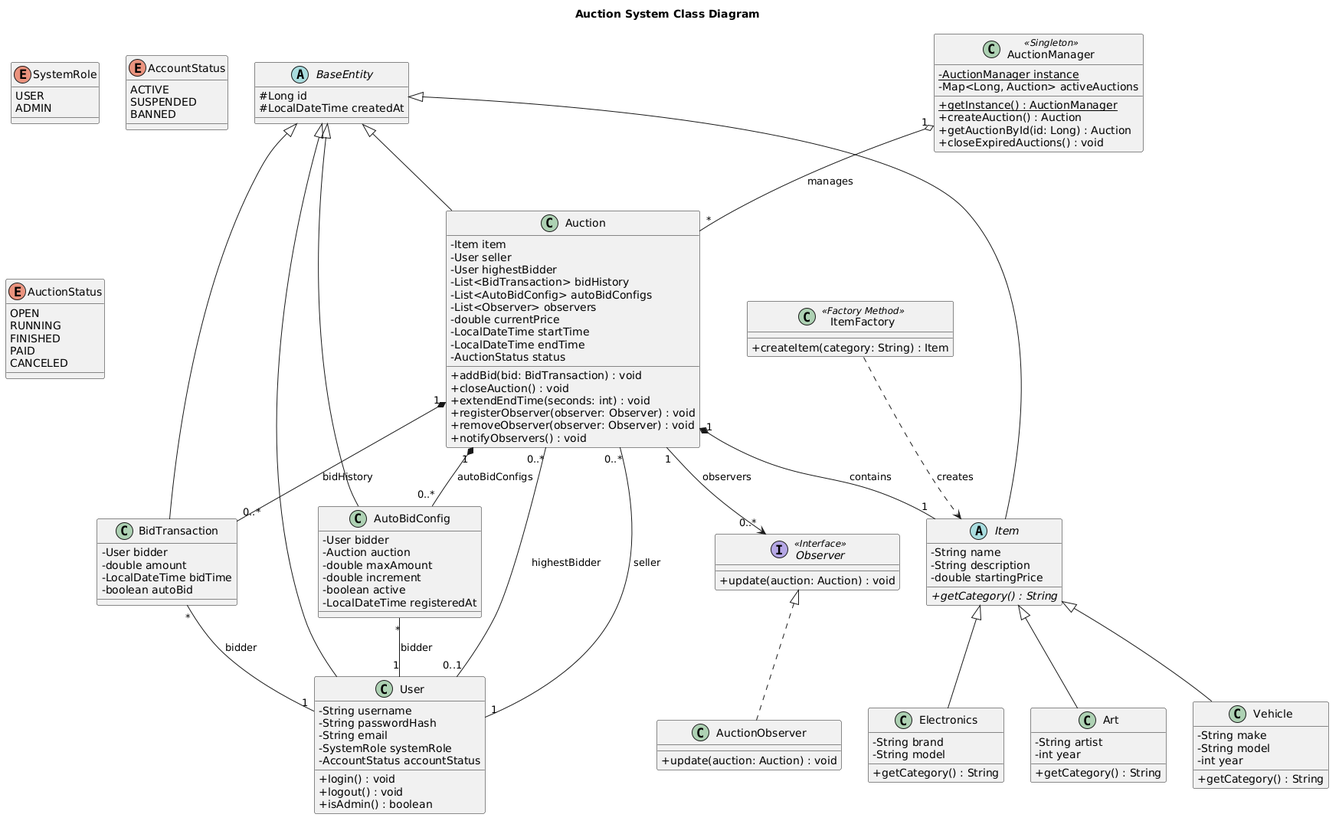
The PlantUML diagram diagram/diagram.png in Nhom-khong-on-lam/Baitaplon_LTNC, before a commit. Source of this version:
```plantuml
@startuml
title Auction System Class Diagram
skinparam classAttributeIconSize 0

enum SystemRole {
    USER
    ADMIN
}

enum AccountStatus {
    ACTIVE
    SUSPENDED
    BANNED
}

enum AuctionStatus {
    OPEN
    RUNNING
    FINISHED
    PAID
    CANCELED
}

abstract class BaseEntity {
    # Long id
    # LocalDateTime createdAt
}

class User {
    - String username
    - String passwordHash
    - String email
    - SystemRole systemRole
    - AccountStatus accountStatus
    + login() : void
    + logout() : void
    + isAdmin() : boolean
}

class Auction {
    - Item item
    - User seller
    - User highestBidder
    - List<BidTransaction> bidHistory
    - List<AutoBidConfig> autoBidConfigs
    - List<Observer> observers
    - double currentPrice
    - LocalDateTime startTime
    - LocalDateTime endTime
    - AuctionStatus status
    + addBid(bid: BidTransaction) : void
    + closeAuction() : void
    + extendEndTime(seconds: int) : void
    + registerObserver(observer: Observer) : void
    + removeObserver(observer: Observer) : void
    + notifyObservers() : void
}

abstract class Item {
    - String name
    - String description
    - double startingPrice
    + {abstract} getCategory() : String
}

class Electronics {
    - String brand
    - String model
    + getCategory() : String
}

class Art {
    - String artist
    - int year
    + getCategory() : String
}

class Vehicle {
    - String make
    - String model
    - int year
    + getCategory() : String
}

class BidTransaction {
    - User bidder
    - double amount
    - LocalDateTime bidTime
    - boolean autoBid
}

class AutoBidConfig {
    - User bidder
    - Auction auction
    - double maxAmount
    - double increment
    - boolean active
    - LocalDateTime registeredAt
}

class AuctionManager <<Singleton>> {
    - {static} AuctionManager instance
    - Map<Long, Auction> activeAuctions
    + {static} getInstance() : AuctionManager
    + createAuction() : Auction
    + getAuctionById(id: Long) : Auction
    + closeExpiredAuctions() : void
}

interface Observer <<Interface>> {
    + update(auction: Auction) : void
}

class AuctionObserver {
    + update(auction: Auction) : void
}

class ItemFactory <<Factory Method>> {
    + createItem(category: String) : Item
}

BaseEntity <|-- User
BaseEntity <|-- Auction
BaseEntity <|-- Item
BaseEntity <|-- BidTransaction
BaseEntity <|-- AutoBidConfig

Item <|-- Electronics
Item <|-- Art
Item <|-- Vehicle

AuctionManager "1" o-- "*" Auction : manages
Auction "1" *-- "1" Item : contains
Auction "1" *-- "0..*" BidTransaction : bidHistory
Auction "1" *-- "0..*" AutoBidConfig : autoBidConfigs
Auction "1" --> "0..*" Observer : observers
Observer <|.. AuctionObserver

Auction "0..*" -- "1" User : seller
Auction "0..*" -- "0..1" User : highestBidder
BidTransaction "*" -- "1" User : bidder
AutoBidConfig "*" -- "1" User : bidder

ItemFactory ..> Item : creates
@enduml
```
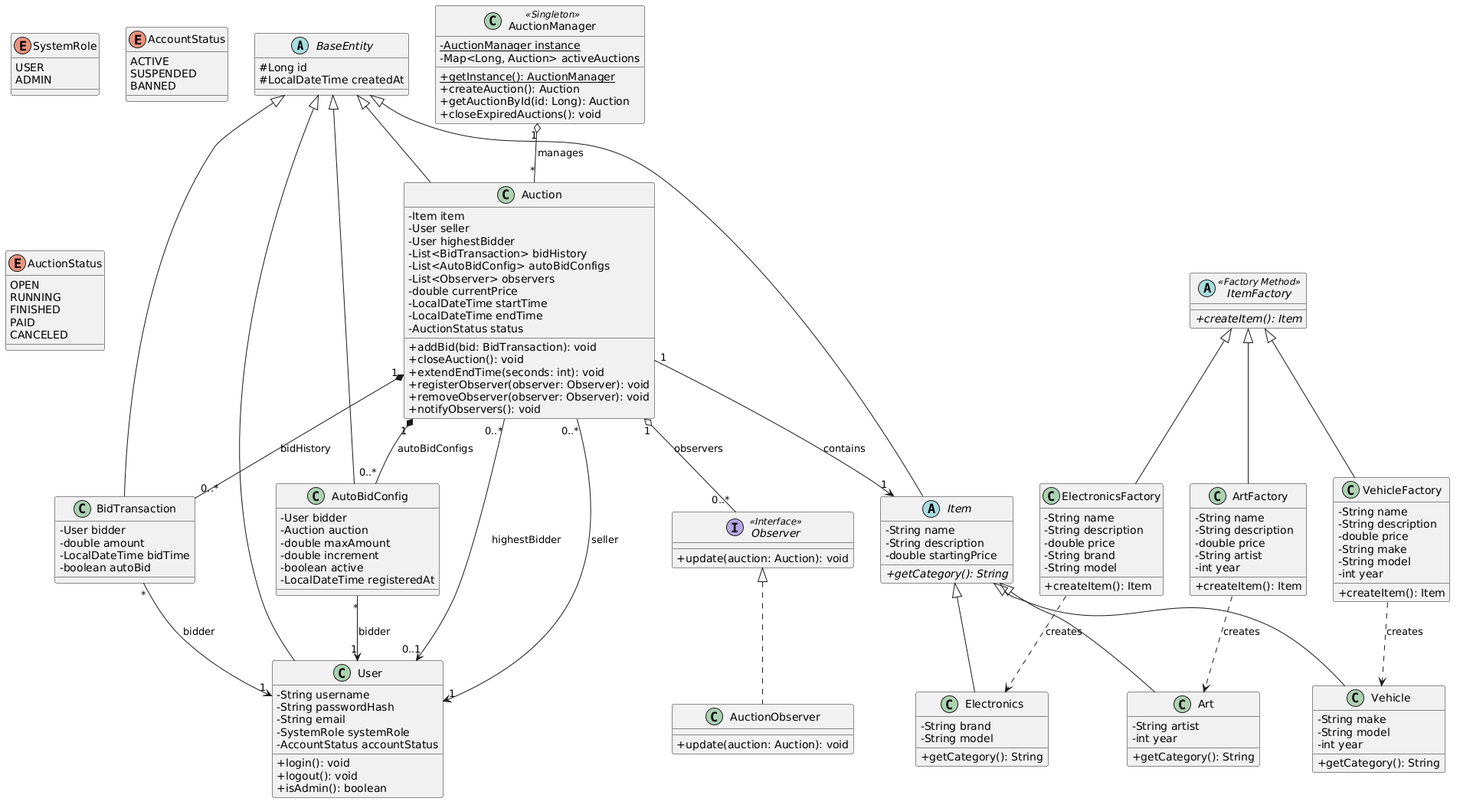
The same diagram one commit later.

Diff of the diagram source:
```diff
@@ -1,6 +1,12 @@
 @startuml
-title Auction System Class Diagram
 skinparam classAttributeIconSize 0
+skinparam monochrome false
+skinparam shadowing false
+
+abstract class BaseEntity {
+    # Long id
+    # LocalDateTime createdAt
+}
 
 enum SystemRole {
     USER
@@ -21,23 +27,52 @@
     CANCELED
 }
 
-abstract class BaseEntity {
-    # Long id
-    # LocalDateTime createdAt
-}
-
-class User {
+class User extends BaseEntity {
     - String username
     - String passwordHash
     - String email
     - SystemRole systemRole
     - AccountStatus accountStatus
-    + login() : void
-    + logout() : void
-    + isAdmin() : boolean
+    + login(): void
+    + logout(): void
+    + isAdmin(): boolean
 }
 
-class Auction {
+abstract class Item extends BaseEntity {
+    - String name
+    - String description
+    - double startingPrice
+    + {abstract} getCategory(): String
+}
+
+class Electronics extends Item {
+    - String brand
+    - String model
+    + getCategory(): String
+}
+
+class Art extends Item {
+    - String artist
+    - int year
+    + getCategory(): String
+}
+
+class Vehicle extends Item {
+    - String make
+    - String model
+    - int year
+    + getCategory(): String
+}
+
+interface Observer <<Interface>> {
+    + update(auction: Auction): void
+}
+
+class AuctionObserver implements Observer {
+    + update(auction: Auction): void
+}
+
+class Auction extends BaseEntity {
     - Item item
     - User seller
     - User highestBidder
@@ -48,48 +83,22 @@
     - LocalDateTime startTime
     - LocalDateTime endTime
     - AuctionStatus status
-    + addBid(bid: BidTransaction) : void
-    + closeAuction() : void
-    + extendEndTime(seconds: int) : void
-    + registerObserver(observer: Observer) : void
-    + removeObserver(observer: Observer) : void
-    + notifyObservers() : void
+    + addBid(bid: BidTransaction): void
+    + closeAuction(): void
+    + extendEndTime(seconds: int): void
+    + registerObserver(observer: Observer): void
+    + removeObserver(observer: Observer): void
+    + notifyObservers(): void
 }
 
-abstract class Item {
-    - String name
-    - String description
-    - double startingPrice
-    + {abstract} getCategory() : String
-}
-
-class Electronics {
-    - String brand
-    - String model
-    + getCategory() : String
-}
-
-class Art {
-    - String artist
-    - int year
-    + getCategory() : String
-}
-
-class Vehicle {
-    - String make
-    - String model
-    - int year
-    + getCategory() : String
-}
-
-class BidTransaction {
+class BidTransaction extends BaseEntity {
     - User bidder
     - double amount
     - LocalDateTime bidTime
     - boolean autoBid
 }
 
-class AutoBidConfig {
+class AutoBidConfig extends BaseEntity {
     - User bidder
     - Auction auction
     - double maxAmount
@@ -98,48 +107,57 @@
     - LocalDateTime registeredAt
 }
 
+abstract class ItemFactory <<Factory Method>> {
+    + {abstract} createItem(): Item
+}
+
+class ArtFactory extends ItemFactory {
+    - String name
+    - String description
+    - double price
+    - String artist
+    - int year
+    + createItem(): Item
+}
+
+class ElectronicsFactory extends ItemFactory {
+    - String name
+    - String description
+    - double price
+    - String brand
+    - String model
+    + createItem(): Item
+}
+
+class VehicleFactory extends ItemFactory {
+    - String name
+    - String description
+    - double price
+    - String make
+    - String model
+    - int year
+    + createItem(): Item
+}
 class AuctionManager <<Singleton>> {
     - {static} AuctionManager instance
     - Map<Long, Auction> activeAuctions
-    + {static} getInstance() : AuctionManager
-    + createAuction() : Auction
-    + getAuctionById(id: Long) : Auction
-    + closeExpiredAuctions() : void
+    + {static} getInstance(): AuctionManager
+    + createAuction(): Auction
+    + getAuctionById(id: Long): Auction
+    + closeExpiredAuctions(): void
 }
 
-interface Observer <<Interface>> {
-    + update(auction: Auction) : void
-}
-
-class AuctionObserver {
-    + update(auction: Auction) : void
-}
-
-class ItemFactory <<Factory Method>> {
-    + createItem(category: String) : Item
-}
-
-BaseEntity <|-- User
-BaseEntity <|-- Auction
-BaseEntity <|-- Item
-BaseEntity <|-- BidTransaction
-BaseEntity <|-- AutoBidConfig
-
-Item <|-- Electronics
-Item <|-- Art
-Item <|-- Vehicle
-
-AuctionManager "1" o-- "*" Auction : manages
-Auction "1" *-- "1" Item : contains
 Auction "1" *-- "0..*" BidTransaction : bidHistory
 Auction "1" *-- "0..*" AutoBidConfig : autoBidConfigs
-Auction "1" --> "0..*" Observer : observers
-Observer <|.. AuctionObserver
+Auction "1" o-- "0..*" Observer : observers
+Auction "1" --> "1" Item : contains
+Auction "0..*" --> "1" User : seller
+Auction "0..*" --> "0..1" User : highestBidder
+BidTransaction "*" --> "1" User : bidder
+AutoBidConfig "*" --> "1" User : bidder
+AuctionManager "1" o-- "*" Auction: manages
 
-Auction "0..*" -- "1" User : seller
-Auction "0..*" -- "0..1" User : highestBidder
-BidTransaction "*" -- "1" User : bidder
-AutoBidConfig "*" -- "1" User : bidder
-
-ItemFactory ..> Item : creates
+ArtFactory ..> Art : creates
+ElectronicsFactory ..> Electronics : creates
+VehicleFactory ..> Vehicle : creates
 @enduml
```
